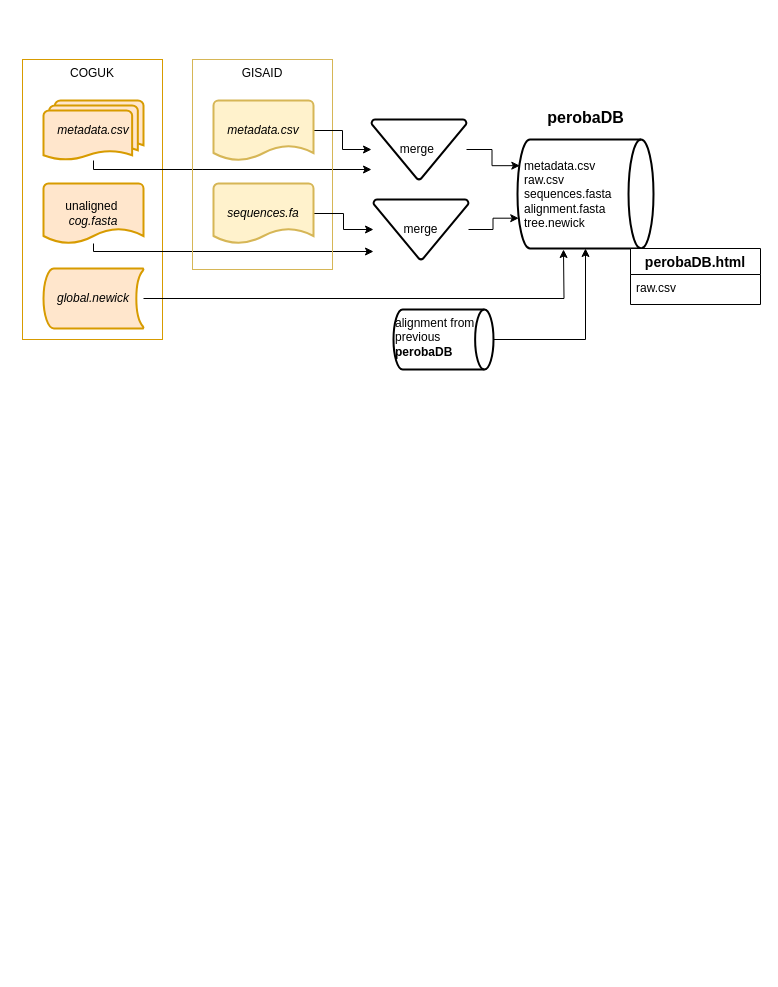
Earlier version of the draw.io diagram 20200806.peroba/pictures/peroba.drawio (leomrtns/leomrtns.github.io). Source tidied: cells renumbered, new cells numbered last; positions are measured from the earlier drawing's top-left corner, leaving out a move shared by most shapes. Both pictures are drawn from the tidied source at 100%, with x=0, y=0 at pixel (22, 59).
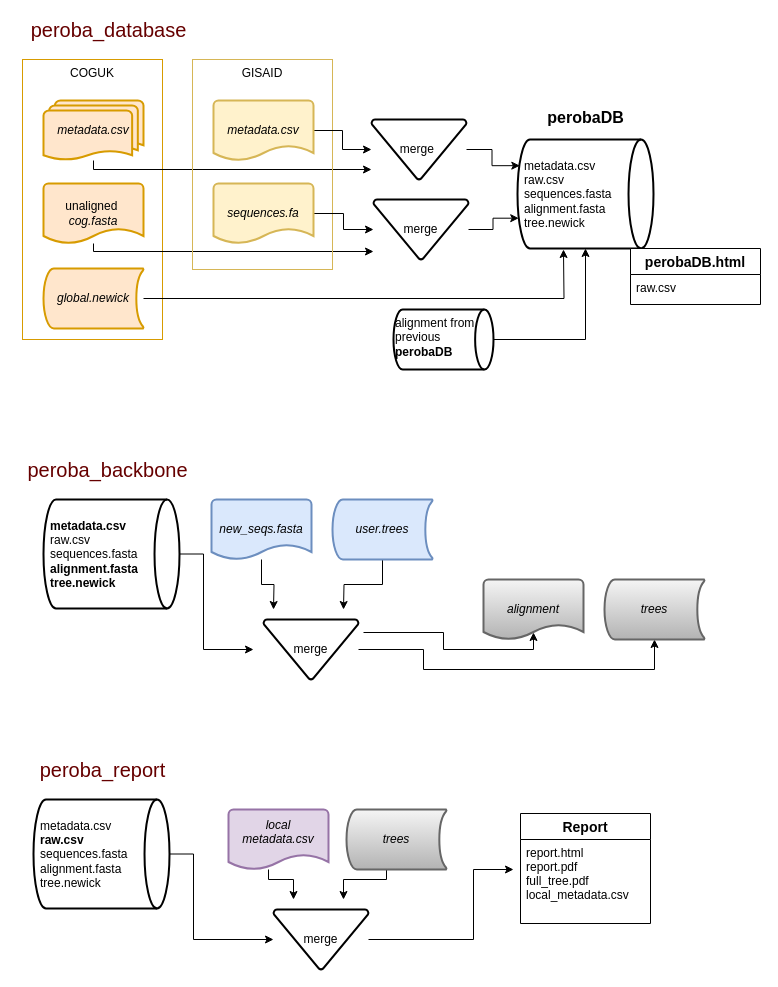
Above is the later version.

Diff of the diagram source:
```diff
@@
+    <mxCell id="24" style="edgeStyle=orthogonalEdgeStyle;rounded=0;jettySize=auto;html=1;exitX=1;exitY=0.5;exitDx=0;exitDy=0;exitPerimeter=0;" parent="1" edge="1" source="25">
+      <mxGeometry relative="1" as="geometry">
+        <mxPoint x="231" y="590" as="targetPoint" />
+        <Array as="points">
+          <mxPoint x="181" y="495" />
+          <mxPoint x="181" y="590" />
+        </Array>
+      </mxGeometry>
+    </mxCell>
+    <mxCell id="25" value="&lt;b&gt;metadata.csv&lt;/b&gt;&lt;br&gt;raw.csv&lt;br&gt;sequences.fasta&lt;br&gt;&lt;b&gt;alignment.fasta&lt;/b&gt;&lt;br&gt;&lt;b&gt;tree.newick&lt;/b&gt;" style="strokeWidth=2;html=1;shape=mxgraph.flowchart.direct_data;whiteSpace=wrap;fillColor=none;gradientColor=#ffffff;align=left;spacingLeft=5;" parent="1" vertex="1">
+      <mxGeometry x="21" y="440" width="136" height="109" as="geometry" />
+    </mxCell>
+    <mxCell id="26" value="&lt;font style=&quot;font-size: 20px&quot; color=&quot;#660000&quot;&gt;peroba_database&lt;/font&gt;" style="text;html=1;align=center;verticalAlign=middle;fillColor=none;strokeColor=none;rounded=0;" parent="1" vertex="1">
+      <mxGeometry x="1" y="-40" width="170" height="20" as="geometry" />
+    </mxCell>
+    <mxCell id="27" value="&lt;font style=&quot;font-size: 20px&quot; color=&quot;#660000&quot;&gt;peroba_backbone&lt;/font&gt;" style="text;html=1;align=center;verticalAlign=middle;fillColor=none;strokeColor=none;rounded=0;" parent="1" vertex="1">
+      <mxGeometry x="-5" y="400" width="180" height="20" as="geometry" />
+    </mxCell>
+    <mxCell id="28" style="edgeStyle=orthogonalEdgeStyle;rounded=0;jettySize=auto;html=1;" parent="1" edge="1" source="29">
+      <mxGeometry relative="1" as="geometry">
+        <mxPoint x="251" y="550" as="targetPoint" />
+      </mxGeometry>
+    </mxCell>
+    <mxCell id="29" value="&lt;i&gt;new_seqs.fasta&lt;/i&gt;" style="strokeWidth=2;html=1;shape=mxgraph.flowchart.document2;whiteSpace=wrap;size=0.25;fontFamily=Helvetica;fontSize=12;align=center;strokeColor=#6c8ebf;fillColor=#dae8fc;" parent="1" vertex="1">
+      <mxGeometry x="189" y="440" width="100" height="60" as="geometry" />
+    </mxCell>
+    <mxCell id="30" style="edgeStyle=orthogonalEdgeStyle;rounded=0;jettySize=auto;html=1;" parent="1" edge="1" source="31">
+      <mxGeometry relative="1" as="geometry">
+        <mxPoint x="321" y="550" as="targetPoint" />
+      </mxGeometry>
+    </mxCell>
+    <mxCell id="31" value="&lt;i&gt;user.trees&lt;/i&gt;" style="strokeWidth=2;html=1;shape=mxgraph.flowchart.stored_data;whiteSpace=wrap;fillColor=#dae8fc;strokeColor=#6c8ebf;" parent="1" vertex="1">
+      <mxGeometry x="310" y="440" width="100" height="60" as="geometry" />
+    </mxCell>
+    <mxCell id="32" style="edgeStyle=orthogonalEdgeStyle;rounded=0;jettySize=auto;html=1;entryX=0.5;entryY=0.883;entryDx=0;entryDy=0;entryPerimeter=0;" parent="1" edge="1" target="35">
+      <mxGeometry relative="1" as="geometry">
+        <mxPoint x="341" y="573" as="sourcePoint" />
+        <Array as="points">
+          <mxPoint x="421" y="573" />
+          <mxPoint x="421" y="590" />
+          <mxPoint x="511" y="590" />
+        </Array>
+      </mxGeometry>
+    </mxCell>
+    <mxCell id="33" style="edgeStyle=orthogonalEdgeStyle;rounded=0;jettySize=auto;html=1;entryX=0.5;entryY=1;entryDx=0;entryDy=0;entryPerimeter=0;exitX=1;exitY=0.5;exitDx=0;exitDy=0;exitPerimeter=0;" parent="1" edge="1" source="34" target="36">
+      <mxGeometry relative="1" as="geometry">
+        <Array as="points">
+          <mxPoint x="401" y="590" />
+          <mxPoint x="401" y="610" />
+          <mxPoint x="632" y="610" />
+        </Array>
+      </mxGeometry>
+    </mxCell>
+    <mxCell id="34" value="merge" style="strokeWidth=2;html=1;shape=mxgraph.flowchart.merge_or_storage;whiteSpace=wrap;fillColor=none;gradientColor=#ffffff;" parent="1" vertex="1">
+      <mxGeometry x="241" y="560" width="95" height="60" as="geometry" />
+    </mxCell>
+    <mxCell id="35" value="&lt;i&gt;alignment&lt;/i&gt;" style="strokeWidth=2;html=1;shape=mxgraph.flowchart.document2;whiteSpace=wrap;size=0.25;fontFamily=Helvetica;fontSize=12;align=center;gradientColor=#b3b3b3;fillColor=#f5f5f5;strokeColor=#666666;" parent="1" vertex="1">
+      <mxGeometry x="461" y="520" width="100" height="60" as="geometry" />
+    </mxCell>
+    <mxCell id="36" value="&lt;i&gt;trees&lt;/i&gt;" style="strokeWidth=2;html=1;shape=mxgraph.flowchart.stored_data;whiteSpace=wrap;gradientColor=#b3b3b3;fillColor=#f5f5f5;strokeColor=#666666;" parent="1" vertex="1">
+      <mxGeometry x="582" y="520" width="100" height="60" as="geometry" />
+    </mxCell>
+    <mxCell id="37" value="&lt;font style=&quot;font-size: 20px&quot; color=&quot;#660000&quot;&gt;peroba_report&lt;/font&gt;" style="text;html=1;align=center;verticalAlign=middle;fillColor=none;strokeColor=none;rounded=0;" parent="1" vertex="1">
+      <mxGeometry x="10" y="700" width="140" height="20" as="geometry" />
+    </mxCell>
+    <mxCell id="38" style="edgeStyle=orthogonalEdgeStyle;rounded=0;orthogonalLoop=1;jettySize=auto;html=1;" parent="1" edge="1">
+      <mxGeometry relative="1" as="geometry">
+        <mxPoint x="246" y="810" as="sourcePoint" />
+        <mxPoint x="271" y="840" as="targetPoint" />
+        <Array as="points">
+          <mxPoint x="246" y="820" />
+          <mxPoint x="271" y="820" />
+        </Array>
+      </mxGeometry>
+    </mxCell>
+    <mxCell id="39" value="&lt;i&gt;local metadata.csv&lt;br&gt;&lt;br&gt;&lt;/i&gt;" style="strokeWidth=2;html=1;shape=mxgraph.flowchart.document2;whiteSpace=wrap;size=0.25;fontFamily=Helvetica;fontSize=12;align=center;fillColor=#e1d5e7;strokeColor=#9673a6;" parent="1" vertex="1">
+      <mxGeometry x="206" y="750" width="100" height="60" as="geometry" />
+    </mxCell>
+    <mxCell id="40" style="edgeStyle=orthogonalEdgeStyle;rounded=0;orthogonalLoop=1;jettySize=auto;html=1;" parent="1" edge="1">
+      <mxGeometry relative="1" as="geometry">
+        <mxPoint x="364" y="810" as="sourcePoint" />
+        <mxPoint x="321" y="840" as="targetPoint" />
+        <Array as="points">
+          <mxPoint x="364" y="820" />
+          <mxPoint x="321" y="820" />
+        </Array>
+      </mxGeometry>
+    </mxCell>
+    <mxCell id="41" value="&lt;i&gt;trees&lt;/i&gt;" style="strokeWidth=2;html=1;shape=mxgraph.flowchart.stored_data;whiteSpace=wrap;gradientColor=#b3b3b3;fillColor=#f5f5f5;strokeColor=#666666;" parent="1" vertex="1">
+      <mxGeometry x="324" y="750" width="100" height="60" as="geometry" />
+    </mxCell>
+    <mxCell id="42" style="edgeStyle=orthogonalEdgeStyle;rounded=0;jettySize=auto;html=1;entryX=0;entryY=0.5;entryDx=0;entryDy=0;entryPerimeter=0;" parent="1" edge="1" source="43" target="45">
+      <mxGeometry relative="1" as="geometry">
+        <Array as="points">
+          <mxPoint x="171" y="795" />
+          <mxPoint x="171" y="880" />
+        </Array>
+      </mxGeometry>
+    </mxCell>
+    <mxCell id="43" value="metadata.csv&lt;br&gt;&lt;b&gt;raw.csv&lt;br&gt;&lt;/b&gt;sequences.fasta&lt;br&gt;alignment.fasta&lt;br&gt;tree.newick" style="strokeWidth=2;html=1;shape=mxgraph.flowchart.direct_data;whiteSpace=wrap;fillColor=none;gradientColor=#ffffff;align=left;spacingLeft=5;" parent="1" vertex="1">
+      <mxGeometry x="11" y="740" width="136" height="109" as="geometry" />
+    </mxCell>
+    <mxCell id="44" style="edgeStyle=orthogonalEdgeStyle;rounded=0;jettySize=auto;html=1;" parent="1" edge="1" source="45">
+      <mxGeometry relative="1" as="geometry">
+        <mxPoint x="491" y="810" as="targetPoint" />
+        <Array as="points">
+          <mxPoint x="451" y="880" />
+          <mxPoint x="451" y="810" />
+        </Array>
+      </mxGeometry>
+    </mxCell>
+    <mxCell id="45" value="merge" style="strokeWidth=2;html=1;shape=mxgraph.flowchart.merge_or_storage;whiteSpace=wrap;fillColor=none;gradientColor=#ffffff;" parent="1" vertex="1">
+      <mxGeometry x="251" y="850" width="95" height="60" as="geometry" />
+    </mxCell>
+    <mxCell id="46" value="Report" style="swimlane;fontStyle=1;horizontal=1;startSize=26;align=center;fontSize=14;" parent="1" vertex="1">
+      <mxGeometry x="498" y="754" width="130" height="110" as="geometry" />
+    </mxCell>
+    <mxCell id="47" value="report.html&#10;report.pdf&#10;full_tree.pdf&#10;local_metadata.csv" style="text;strokeColor=none;fillColor=none;spacingLeft=4;spacingRight=4;overflow=hidden;fontSize=12;" parent="46" vertex="1">
+      <mxGeometry y="26" width="130" height="84" as="geometry" />
+    </mxCell>
```
